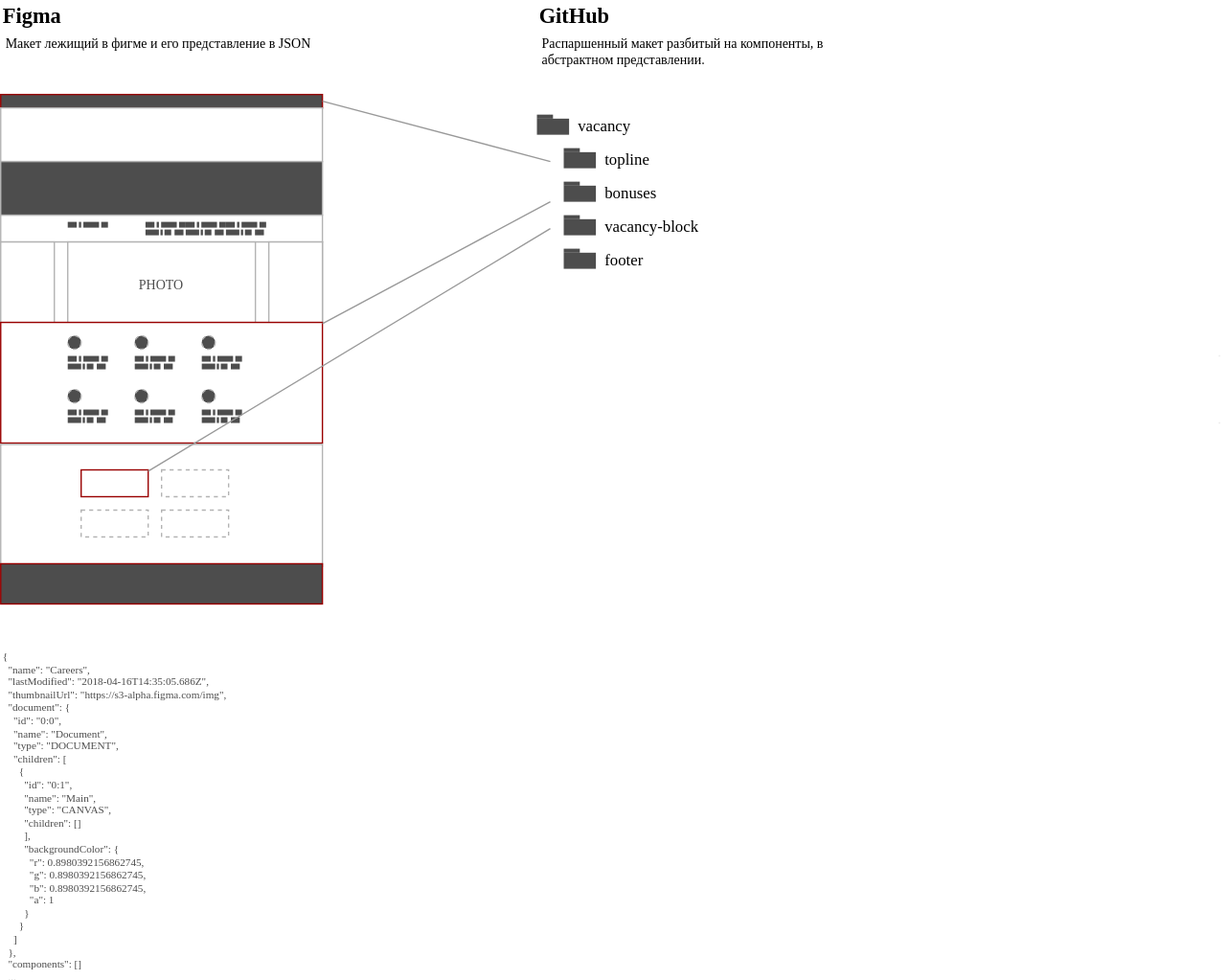
Above: ambitious-figma.svg in ajile/draw-io (draw.io), before the change. Source tidied: cells renumbered, new cells last; positions are measured from the earlier drawing's top-left corner, leaving out a move shared by most shapes.
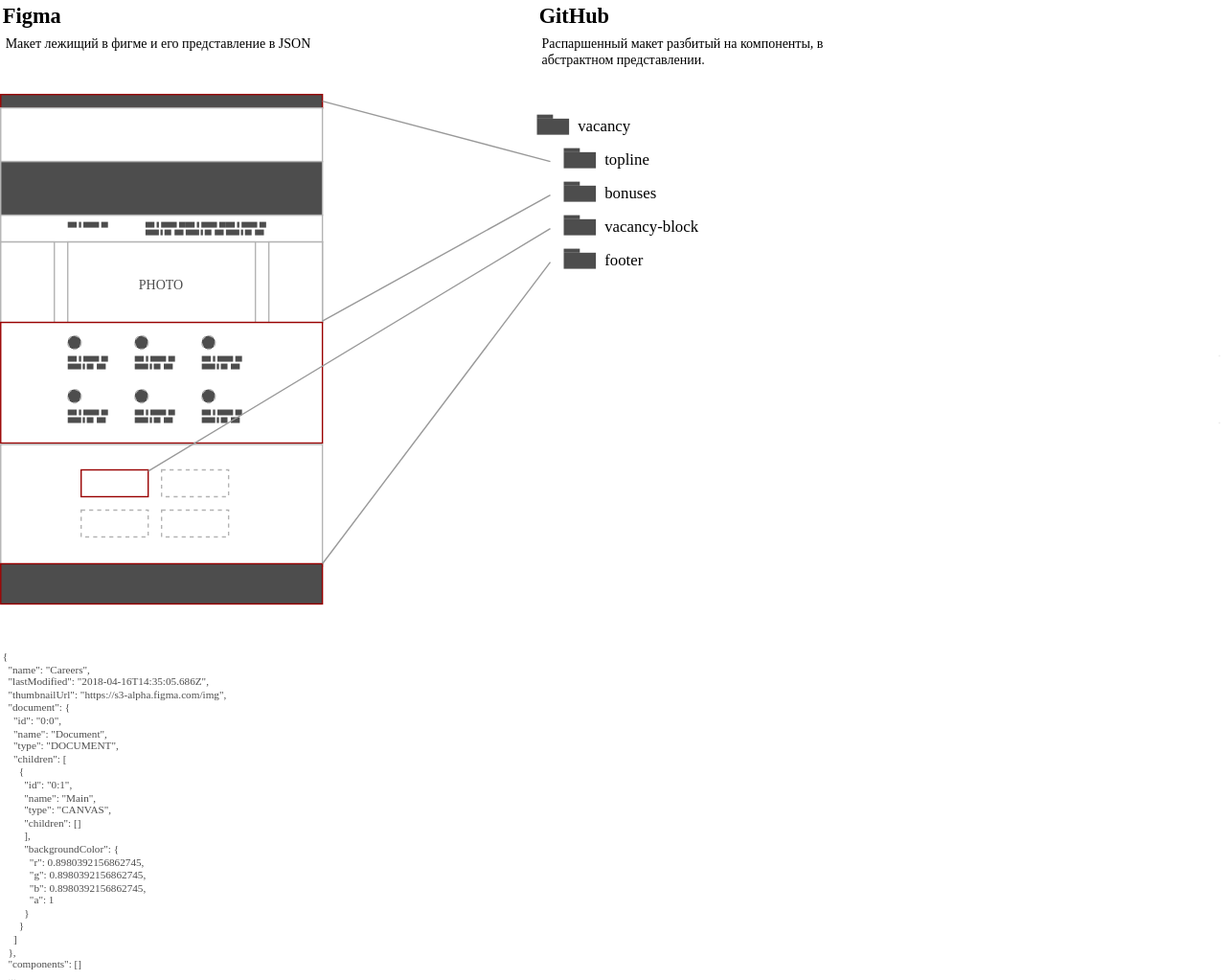
Later version of the same file.

Change to the diagram source:
```diff
@@ -513,8 +513,9 @@
     <mxCell id="171" value="vacancy&lt;br style=&quot;font-size: 12px&quot;&gt;" style="text;html=1;strokeColor=none;fillColor=none;align=left;verticalAlign=middle;whiteSpace=wrap;rounded=0;shadow=0;fontFamily=Verdana;fontSize=12;fontColor=#000000;spacingLeft=5;" parent="98" vertex="1">
       <mxGeometry x="424" y="83" width="136" height="20" as="geometry" />
     </mxCell>
-    <mxCell id="172" style="endArrow=none;html=1;labelBackgroundColor=none;strokeColor=#999999;strokeWidth=1;fontFamily=Verdana;fontSize=12;fontColor=#000000;exitX=0.99;exitY=0.025;exitPerimeter=0;" parent="98" edge="1" source="14">
+    <mxCell id="172" style="endArrow=none;html=1;labelBackgroundColor=none;strokeColor=#999999;strokeWidth=1;fontFamily=Verdana;fontSize=12;fontColor=#000000;exitX=0.99;exitY=0.025;exitPerimeter=0;" parent="98" edge="1">
       <mxGeometry relative="1" as="geometry">
+        <mxPoint x="110" y="351" as="sourcePoint" />
         <mxPoint x="410" y="170" as="targetPoint" />
       </mxGeometry>
     </mxCell>
@@ -542,9 +543,9 @@
         <mxPoint x="489" y="130" as="targetPoint" />
       </mxGeometry>
     </mxCell>
-    <mxCell id="180" style="endArrow=none;html=1;labelBackgroundColor=none;strokeColor=#999999;strokeWidth=1;fontFamily=Verdana;fontSize=12;fontColor=#000000;exitX=1;exitY=0.011;exitPerimeter=0;" parent="98" edge="1" source="11">
+    <mxCell id="180" style="endArrow=none;html=1;labelBackgroundColor=none;strokeColor=#999999;strokeWidth=1;fontFamily=Verdana;fontSize=12;fontColor=#000000;exitX=1;exitY=-0.011;exitPerimeter=0;" parent="98" edge="1" source="11">
       <mxGeometry relative="1" as="geometry">
-        <mxPoint x="410" y="150" as="targetPoint" />
+        <mxPoint x="410" y="145" as="targetPoint" />
       </mxGeometry>
     </mxCell>
     <mxCell id="181" style="endArrow=none;html=1;labelBackgroundColor=none;strokeColor=#999999;strokeWidth=1;fontFamily=Verdana;fontSize=12;fontColor=#000000;exitX=1;exitY=0.5;" parent="98" edge="1" source="2">
@@ -552,5 +553,10 @@
         <mxPoint x="410" y="120" as="targetPoint" />
       </mxGeometry>
     </mxCell>
+    <mxCell id="182" style="endArrow=none;html=1;labelBackgroundColor=none;strokeColor=#999999;strokeWidth=1;fontFamily=Verdana;fontSize=12;fontColor=#000000;exitX=1;exitY=0;exitPerimeter=0;" parent="98" edge="1" source="13">
+      <mxGeometry relative="1" as="geometry">
+        <mxPoint x="410" y="195" as="targetPoint" />
+      </mxGeometry>
+    </mxCell>
   </root>
 </mxGraphModel>
```
